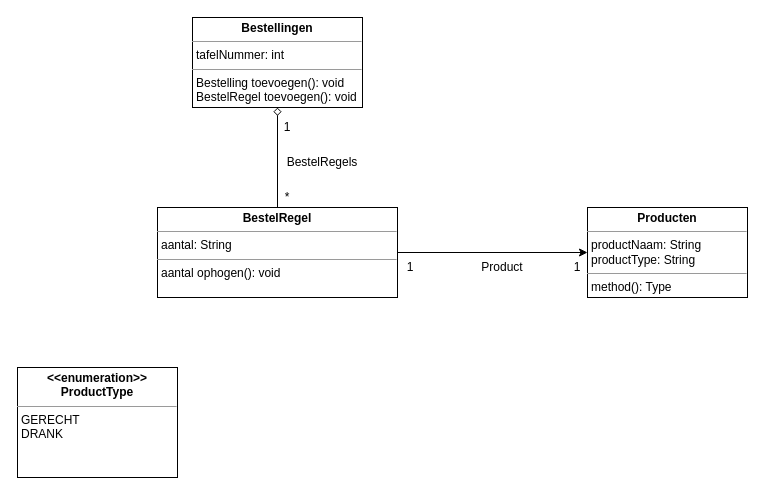
The draw.io diagram documentatie/klasse diagram/klasse diagram.drawio in Armaniimus/ARE_Galaxy-burger, before the edit. Source tidied: cells renumbered, new cells numbered last; positions are measured from the earlier drawing's top-left corner, leaving out a move shared by most shapes. Both pictures are drawn from the tidied source at 100%, with x=0, y=0 at pixel (17, 17).
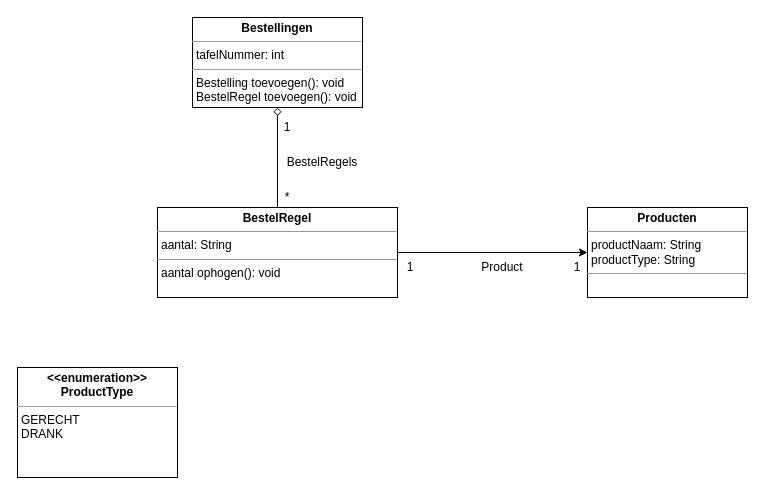
Above is the later version.

Commit message:
overbodige methode uit klasse diagram gehaalt

The edit, as a diff of the source:
```diff
@@
 <mxGraphModel>
   <root>
     <mxCell id="0" />
     <mxCell id="1" parent="0" />
     <mxCell id="2" style="edgeStyle=orthogonalEdgeStyle;rounded=0;jettySize=auto;html=1;exitX=0.5;exitY=0;exitDx=0;exitDy=0;entryX=0.5;entryY=1;entryDx=0;entryDy=0;endArrow=diamond;endFill=0;" parent="1" edge="1" source="5" target="3">
       <mxGeometry relative="1" as="geometry" />
     </mxCell>
     <mxCell id="3" value="&lt;p style=&quot;margin: 0px ; margin-top: 4px ; text-align: center&quot;&gt;&lt;b&gt;Bestellingen&lt;/b&gt;&lt;/p&gt;&lt;hr size=&quot;1&quot;&gt;&lt;p style=&quot;margin: 0px ; margin-left: 4px&quot;&gt;tafelNummer: int&lt;/p&gt;&lt;hr size=&quot;1&quot;&gt;&lt;p style=&quot;margin: 0px ; margin-left: 4px&quot;&gt;Bestelling toevoegen(): void&lt;/p&gt;&lt;p style=&quot;margin: 0px ; margin-left: 4px&quot;&gt;BestelRegel toevoegen(): void&lt;br&gt;&lt;/p&gt;" style="verticalAlign=top;align=left;overflow=fill;fontSize=12;fontFamily=Helvetica;html=1;" parent="1" vertex="1">
       <mxGeometry x="175" width="170" height="90" as="geometry" />
     </mxCell>
     <mxCell id="4" style="edgeStyle=orthogonalEdgeStyle;rounded=0;jettySize=auto;html=1;exitX=1;exitY=0.5;exitDx=0;exitDy=0;entryX=0;entryY=0.5;entryDx=0;entryDy=0;" parent="1" edge="1" source="5" target="6">
       <mxGeometry relative="1" as="geometry" />
     </mxCell>
     <mxCell id="5" value="&lt;p style=&quot;margin: 0px ; margin-top: 4px ; text-align: center&quot;&gt;&lt;b&gt;BestelRegel&lt;/b&gt;&lt;/p&gt;&lt;hr size=&quot;1&quot;&gt;&lt;p style=&quot;margin: 0px ; margin-left: 4px&quot;&gt;aantal: String&lt;/p&gt;&lt;hr size=&quot;1&quot;&gt;&lt;p style=&quot;margin: 0px ; margin-left: 4px&quot;&gt;aantal ophogen(): void&lt;/p&gt;" style="verticalAlign=top;align=left;overflow=fill;fontSize=12;fontFamily=Helvetica;html=1;" parent="1" vertex="1">
       <mxGeometry x="140" y="190" width="240" height="90" as="geometry" />
     </mxCell>
-    <mxCell id="6" value="&lt;p style=&quot;margin: 0px ; margin-top: 4px ; text-align: center&quot;&gt;&lt;b&gt;Producten&lt;/b&gt;&lt;/p&gt;&lt;hr size=&quot;1&quot;&gt;&lt;p style=&quot;margin: 0px ; margin-left: 4px&quot;&gt;productNaam: String&lt;/p&gt;&lt;p style=&quot;margin: 0px ; margin-left: 4px&quot;&gt;productType: String&lt;/p&gt;&lt;hr size=&quot;1&quot;&gt;&lt;p style=&quot;margin: 0px ; margin-left: 4px&quot;&gt;method(): Type&lt;/p&gt;" style="verticalAlign=top;align=left;overflow=fill;fontSize=12;fontFamily=Helvetica;html=1;" parent="1" vertex="1">
+    <mxCell id="6" value="&lt;p style=&quot;margin: 0px ; margin-top: 4px ; text-align: center&quot;&gt;&lt;b&gt;Producten&lt;/b&gt;&lt;/p&gt;&lt;hr size=&quot;1&quot;&gt;&lt;p style=&quot;margin: 0px ; margin-left: 4px&quot;&gt;productNaam: String&lt;/p&gt;&lt;p style=&quot;margin: 0px ; margin-left: 4px&quot;&gt;productType: String&lt;/p&gt;&lt;hr size=&quot;1&quot;&gt;&lt;p style=&quot;margin: 0px ; margin-left: 4px&quot;&gt;&lt;br&gt;&lt;/p&gt;" style="verticalAlign=top;align=left;overflow=fill;fontSize=12;fontFamily=Helvetica;html=1;" parent="1" vertex="1">
       <mxGeometry x="570" y="190" width="160" height="90" as="geometry" />
     </mxCell>
     <mxCell id="7" value="&lt;p style=&quot;margin: 0px ; margin-top: 4px ; text-align: center&quot;&gt;&lt;b&gt;&amp;lt;&amp;lt;enumeration&amp;gt;&amp;gt;&lt;br&gt;ProductType&lt;/b&gt;&lt;/p&gt;&lt;hr size=&quot;1&quot;&gt;&lt;p style=&quot;margin: 0px ; margin-left: 4px&quot;&gt;GERECHT&lt;/p&gt;&lt;p style=&quot;margin: 0px ; margin-left: 4px&quot;&gt;&lt;/p&gt;&lt;p style=&quot;margin: 0px ; margin-left: 4px&quot;&gt;DRANK&lt;/p&gt;" style="verticalAlign=top;align=left;overflow=fill;fontSize=12;fontFamily=Helvetica;html=1;" parent="1" vertex="1">
       <mxGeometry y="350" width="160" height="110" as="geometry" />
     </mxCell>
     <mxCell id="8" value="1" style="text;html=1;strokeColor=none;fillColor=none;align=center;verticalAlign=middle;whiteSpace=wrap;rounded=0;" parent="1" vertex="1">
       <mxGeometry x="260" y="100" width="20" height="20" as="geometry" />
     </mxCell>
     <mxCell id="9" value="*" style="text;html=1;strokeColor=none;fillColor=none;align=center;verticalAlign=middle;whiteSpace=wrap;rounded=0;" parent="1" vertex="1">
       <mxGeometry x="260" y="170" width="20" height="20" as="geometry" />
     </mxCell>
     <mxCell id="10" value="1" style="text;html=1;strokeColor=none;fillColor=none;align=center;verticalAlign=middle;whiteSpace=wrap;rounded=0;" parent="1" vertex="1">
       <mxGeometry x="550" y="240" width="20" height="20" as="geometry" />
     </mxCell>
     <mxCell id="11" value="1" style="text;html=1;strokeColor=none;fillColor=none;align=center;verticalAlign=middle;whiteSpace=wrap;rounded=0;" parent="1" vertex="1">
       <mxGeometry x="382.5" y="240" width="20" height="20" as="geometry" />
     </mxCell>
     <mxCell id="12" value="BestelRegels" style="text;html=1;strokeColor=none;fillColor=none;align=center;verticalAlign=middle;whiteSpace=wrap;rounded=0;" parent="1" vertex="1">
       <mxGeometry x="260" y="130" width="90" height="30" as="geometry" />
     </mxCell>
     <mxCell id="13" value="Product" style="text;html=1;strokeColor=none;fillColor=none;align=center;verticalAlign=middle;whiteSpace=wrap;rounded=0;" parent="1" vertex="1">
       <mxGeometry x="460" y="235" width="50" height="30" as="geometry" />
     </mxCell>
   </root>
 </mxGraphModel>
```
